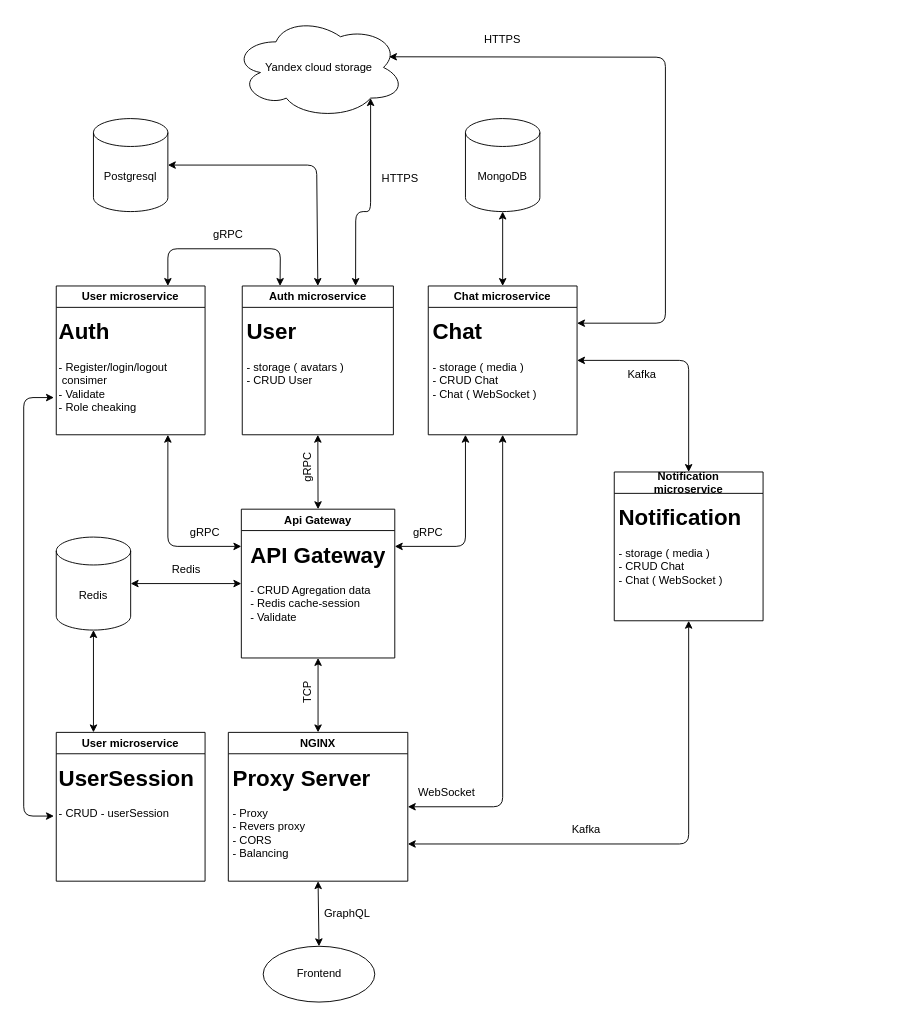
This is docs/drawio/Диаграмма_микросервисов.drawio from Thejudgeofprogrammers/messager, a draw.io file, before an edit. Source tidied: cells renumbered, new cells numbered last; positions are measured from the earlier drawing's top-left corner, leaving out a move shared by most shapes. Both pictures are drawn from the tidied source at 93%, with x=0, y=0 at pixel (23, 16).
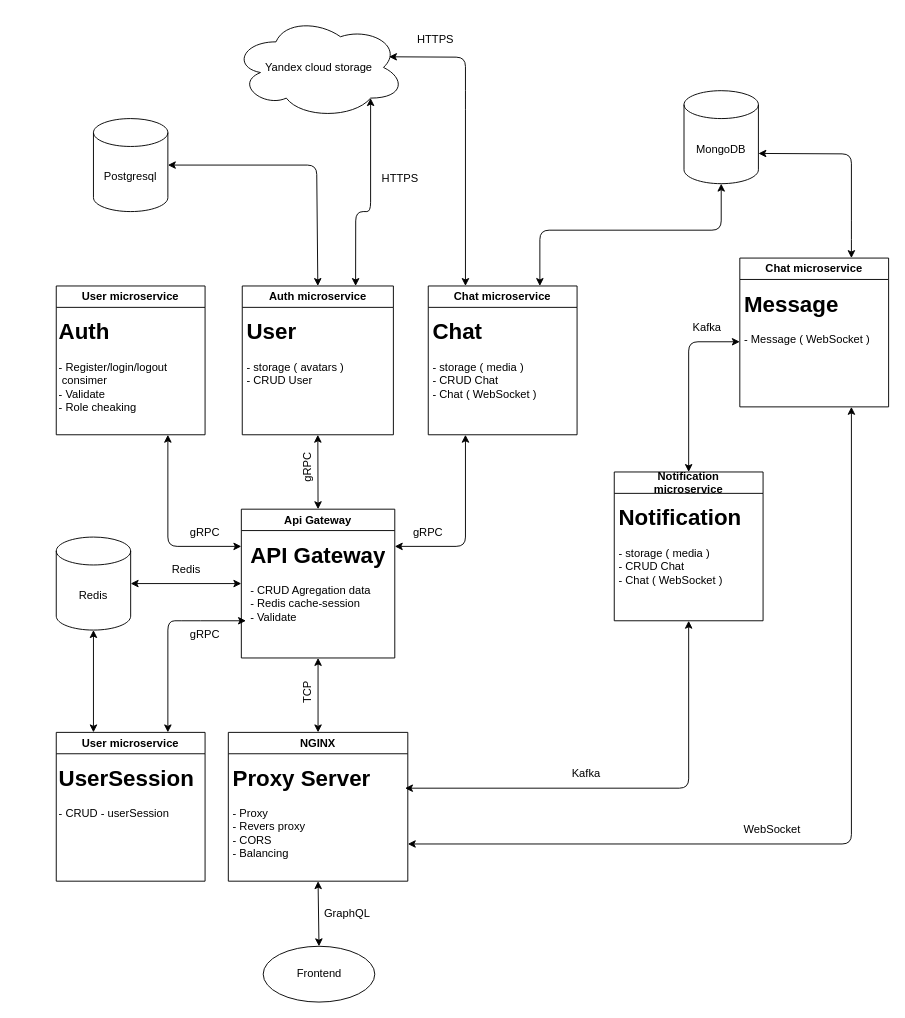
After the change.

The change refers to these unchanged cells:
```xml
<mxCell id="4" value="User microservice" style="swimlane;whiteSpace=wrap;html=1;" parent="1" vertex="1">
  <mxGeometry x="35" y="290" width="160" height="160" as="geometry" />
</mxCell>
<mxCell id="5" value="&lt;h1&gt;Auth&lt;br&gt;&lt;/h1&gt;&lt;div&gt;- Register/login/logout&amp;nbsp; &amp;nbsp;consimer&lt;br&gt;- Validate&lt;br&gt;- Role cheaking&lt;/div&gt;" style="text;html=1;strokeColor=none;fillColor=none;spacing=5;spacingTop=-20;whiteSpace=wrap;overflow=hidden;rounded=0;" parent="4" vertex="1">
  <mxGeometry x="-2.5" y="30" width="162.5" height="120" as="geometry" />
</mxCell>
<mxCell id="6" value="Auth microservice" style="swimlane;whiteSpace=wrap;html=1;" parent="1" vertex="1">
  <mxGeometry x="235" y="290" width="162.5" height="160" as="geometry" />
</mxCell>
<mxCell id="8" value="Chat microservice" style="swimlane;whiteSpace=wrap;html=1;" parent="1" vertex="1">
  <mxGeometry x="435" y="290" width="160" height="160" as="geometry" />
</mxCell>
<mxCell id="11" value="&lt;p style=&quot;line-height: 110%;&quot;&gt;Notification &lt;br&gt;microservice&lt;/p&gt;" style="swimlane;whiteSpace=wrap;html=1;" parent="1" vertex="1">
  <mxGeometry x="635" y="490" width="160" height="160" as="geometry" />
</mxCell>
<mxCell id="16" value="&lt;h1&gt;API Gateway&lt;/h1&gt;&lt;div&gt;- CRUD Agregation data&lt;/div&gt;&lt;div&gt;- Redis cache-session&lt;br&gt;- Validate&lt;br&gt;&lt;br&gt;&lt;/div&gt;" style="text;html=1;strokeColor=none;fillColor=none;spacing=5;spacingTop=-20;whiteSpace=wrap;overflow=hidden;rounded=0;" parent="15" vertex="1">
  <mxGeometry x="5" y="30" width="160" height="120" as="geometry" />
</mxCell>
<mxCell id="17" value="&lt;p style=&quot;line-height: 110%;&quot;&gt;NGINX&lt;/p&gt;" style="swimlane;whiteSpace=wrap;html=1;" parent="1" vertex="1">
  <mxGeometry x="220" y="770" width="193" height="160" as="geometry" />
</mxCell>
<mxCell id="18" value="&lt;h1&gt;Proxy Server&lt;/h1&gt;&lt;p&gt;- Proxy&lt;br&gt;- Revers proxy&lt;br&gt;- CORS&lt;br&gt;- Balancing&lt;/p&gt;" style="text;html=1;strokeColor=none;fillColor=none;spacing=5;spacingTop=-20;whiteSpace=wrap;overflow=hidden;rounded=0;" parent="17" vertex="1">
  <mxGeometry y="30" width="190" height="120" as="geometry" />
</mxCell>
<mxCell id="35" value="Yandex cloud storage" style="ellipse;shape=cloud;whiteSpace=wrap;html=1;" parent="1" vertex="1">
  <mxGeometry x="225" width="185" height="110" as="geometry" />
</mxCell>
<mxCell id="45" value="User microservice" style="swimlane;whiteSpace=wrap;html=1;" parent="1" vertex="1">
  <mxGeometry x="35" y="770" width="160" height="160" as="geometry" />
</mxCell>
<mxCell id="46" value="&lt;h1&gt;UserSession&lt;/h1&gt;&lt;div&gt;- CRUD - userSession&lt;/div&gt;" style="text;html=1;strokeColor=none;fillColor=none;spacing=5;spacingTop=-20;whiteSpace=wrap;overflow=hidden;rounded=0;" parent="45" vertex="1">
  <mxGeometry x="-2.5" y="30" width="162.5" height="120" as="geometry" />
</mxCell>
```

Change to the diagram source:
```diff
@@
     <mxCell id="3" value="MongoDB" style="shape=cylinder3;whiteSpace=wrap;html=1;boundedLbl=1;backgroundOutline=1;size=15;" parent="1" vertex="1">
-      <mxGeometry x="475" y="110" width="80" height="100" as="geometry" />
+      <mxGeometry x="710" y="80" width="80" height="100" as="geometry" />
     </mxCell>
@@
-    <mxCell id="13" style="endArrow=classic;startArrow=classic;html=1;exitX=1;exitY=0.5;exitDx=0;exitDy=0;entryX=0.5;entryY=0;entryDx=0;entryDy=0;" parent="1" edge="1" source="8" target="11">
+    <mxCell id="13" style="endArrow=classic;startArrow=classic;html=1;exitX=0;exitY=0.5;exitDx=0;exitDy=0;entryX=0.5;entryY=0;entryDx=0;entryDy=0;" parent="1" edge="1" source="50" target="11">
       <mxGeometry relative="1" as="geometry">
         <Array as="points">
-          <mxPoint x="715" y="370" />
+          <mxPoint x="715" y="350" />
         </Array>
       </mxGeometry>
     </mxCell>
-    <mxCell id="14" style="endArrow=classic;startArrow=classic;html=1;exitX=0.5;exitY=1;exitDx=0;exitDy=0;entryX=0.5;entryY=0;entryDx=0;entryDy=0;exitPerimeter=0;" parent="1" edge="1" source="3" target="8">
-      <mxGeometry relative="1" as="geometry" />
+    <mxCell id="14" style="endArrow=classic;startArrow=classic;html=1;exitX=0.5;exitY=1;exitDx=0;exitDy=0;entryX=0.75;entryY=0;entryDx=0;entryDy=0;exitPerimeter=0;" parent="1" edge="1" source="3" target="8">
+      <mxGeometry relative="1" as="geometry">
+        <Array as="points">
+          <mxPoint x="750" y="230" />
+          <mxPoint x="555" y="230" />
+        </Array>
+      </mxGeometry>
     </mxCell>
@@
-    <mxCell id="32" style="endArrow=classic;startArrow=classic;html=1;exitX=1;exitY=0.5;exitDx=0;exitDy=0;entryX=0.5;entryY=1;entryDx=0;entryDy=0;" parent="1" edge="1" source="17" target="8">
+    <mxCell id="32" style="endArrow=classic;startArrow=classic;html=1;entryX=0.75;entryY=1;entryDx=0;entryDy=0;exitX=1;exitY=0.75;exitDx=0;exitDy=0;" parent="1" edge="1" source="17" target="49">
       <mxGeometry relative="1" as="geometry">
         <Array as="points">
-          <mxPoint x="515" y="850" />
+          <mxPoint x="890" y="890" />
         </Array>
       </mxGeometry>
     </mxCell>
     <mxCell id="33" value="WebSocket" style="text;html=1;strokeColor=none;fillColor=none;align=center;verticalAlign=middle;whiteSpace=wrap;rounded=0;" parent="1" vertex="1">
-      <mxGeometry x="420" y="820" width="70" height="30" as="geometry" />
+      <mxGeometry x="770" y="860" width="70" height="30" as="geometry" />
     </mxCell>
-    <mxCell id="34" style="endArrow=classic;startArrow=classic;html=1;entryX=0.5;entryY=1;entryDx=0;entryDy=0;exitX=1;exitY=0.75;exitDx=0;exitDy=0;" parent="1" edge="1" source="17" target="11">
+    <mxCell id="34" style="endArrow=classic;startArrow=classic;html=1;entryX=0.5;entryY=1;entryDx=0;entryDy=0;exitX=1;exitY=0.25;exitDx=0;exitDy=0;" parent="1" edge="1" source="18" target="11">
       <mxGeometry relative="1" as="geometry">
         <Array as="points">
-          <mxPoint x="715" y="890" />
+          <mxPoint x="715" y="830" />
         </Array>
       </mxGeometry>
     </mxCell>
@@
-    <mxCell id="37" style="endArrow=classic;startArrow=classic;html=1;entryX=0.907;entryY=0.396;entryDx=0;entryDy=0;entryPerimeter=0;exitX=1;exitY=0.25;exitDx=0;exitDy=0;" parent="1" edge="1" source="8" target="35">
+    <mxCell id="37" style="endArrow=classic;startArrow=classic;html=1;entryX=0.907;entryY=0.396;entryDx=0;entryDy=0;entryPerimeter=0;exitX=0.25;exitY=0;exitDx=0;exitDy=0;" parent="1" edge="1" source="8" target="35">
       <mxGeometry relative="1" as="geometry">
         <Array as="points">
-          <mxPoint x="690" y="330" />
-          <mxPoint x="690" y="44" />
+          <mxPoint x="475" y="90" />
+          <mxPoint x="475" y="44" />
         </Array>
       </mxGeometry>
     </mxCell>
     <mxCell id="38" value="HTTPS" style="text;html=1;strokeColor=none;fillColor=none;align=center;verticalAlign=middle;whiteSpace=wrap;rounded=0;" parent="1" vertex="1">
-      <mxGeometry x="485" y="10" width="60" height="30" as="geometry" />
+      <mxGeometry x="413" y="10" width="60" height="30" as="geometry" />
     </mxCell>
     <mxCell id="39" value="Kafka" style="text;html=1;strokeColor=none;fillColor=none;align=center;verticalAlign=middle;whiteSpace=wrap;rounded=0;" parent="1" vertex="1">
-      <mxGeometry x="570" y="860" width="70" height="30" as="geometry" />
+      <mxGeometry x="570" y="800" width="70" height="30" as="geometry" />
     </mxCell>
     <mxCell id="40" value="Kafka" style="text;html=1;strokeColor=none;fillColor=none;align=center;verticalAlign=middle;whiteSpace=wrap;rounded=0;" parent="1" vertex="1">
-      <mxGeometry x="630" y="370" width="70" height="30" as="geometry" />
+      <mxGeometry x="700" y="320" width="70" height="30" as="geometry" />
     </mxCell>
-    <mxCell id="41" style="endArrow=classic;startArrow=classic;html=1;entryX=0.25;entryY=0;entryDx=0;entryDy=0;exitX=0.75;exitY=0;exitDx=0;exitDy=0;" parent="1" edge="1" source="4" target="6">
-      <mxGeometry relative="1" as="geometry">
-        <Array as="points">
-          <mxPoint x="155" y="250" />
-          <mxPoint x="276" y="250" />
-        </Array>
-      </mxGeometry>
-    </mxCell>
@@
-    <mxCell id="47" style="endArrow=classic;startArrow=classic;html=1;exitX=0;exitY=0.75;exitDx=0;exitDy=0;entryX=0;entryY=0.5;entryDx=0;entryDy=0;" parent="1" edge="1" source="5" target="46">
+    <mxCell id="47" style="endArrow=classic;startArrow=classic;html=1;exitX=0;exitY=0.75;exitDx=0;exitDy=0;entryX=0.75;entryY=0;entryDx=0;entryDy=0;" parent="1" edge="1" source="16" target="45">
       <mxGeometry relative="1" as="geometry">
         <Array as="points">
-          <mxPoint y="410" />
-          <mxPoint y="860" />
+          <mxPoint x="180" y="650" />
+          <mxPoint x="155" y="650" />
         </Array>
       </mxGeometry>
     </mxCell>
     <mxCell id="48" value="gRPC" style="text;html=1;strokeColor=none;fillColor=none;align=center;verticalAlign=middle;whiteSpace=wrap;rounded=0;rotation=0;" parent="1" vertex="1">
-      <mxGeometry x="190" y="220" width="60" height="30" as="geometry" />
+      <mxGeometry x="165" y="650" width="60" height="30" as="geometry" />
     </mxCell>
+    <mxCell id="49" value="Chat microservice" style="swimlane;whiteSpace=wrap;html=1;" parent="1" vertex="1">
+      <mxGeometry x="770" y="260" width="160" height="160" as="geometry" />
+    </mxCell>
+    <mxCell id="50" value="&lt;h1&gt;Message&lt;/h1&gt;&lt;div&gt;- Message ( WebSocket )&lt;br&gt;&lt;br&gt;&lt;/div&gt;" style="text;html=1;strokeColor=none;fillColor=none;spacing=5;spacingTop=-20;whiteSpace=wrap;overflow=hidden;rounded=0;" parent="49" vertex="1">
+      <mxGeometry y="30" width="160" height="120" as="geometry" />
+    </mxCell>
+    <mxCell id="51" style="endArrow=classic;startArrow=classic;html=1;exitX=1;exitY=0;exitDx=0;exitDy=67.5;entryX=0.75;entryY=0;entryDx=0;entryDy=0;exitPerimeter=0;" parent="1" edge="1" source="3" target="49">
+      <mxGeometry relative="1" as="geometry">
+        <Array as="points">
+          <mxPoint x="890" y="148" />
+          <mxPoint x="890" y="230" />
+        </Array>
+      </mxGeometry>
+    </mxCell>
```
